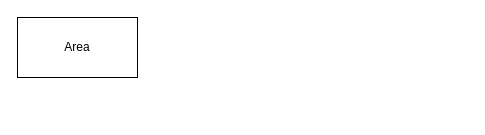
Earlier version of the draw.io diagram AgroCiclo.drawio (dev-pablo-pereira/agro-ciclo). Source tidied: cells renumbered, new cells numbered last; positions are measured from the earlier drawing's top-left corner, leaving out a move shared by most shapes. Both pictures are drawn from the tidied source at 100%, with x=0, y=0 at pixel (17, 17).
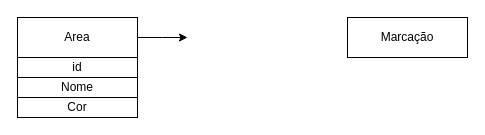
The same diagram, later.

Change to the diagram source:
```diff
@@
 <mxGraphModel>
   <root>
     <mxCell id="0" />
     <mxCell id="1" parent="0" />
+    <mxCell id="3" style="edgeStyle=orthogonalEdgeStyle;rounded=0;jettySize=auto;html=1;entryX=0;entryY=0.5;entryDx=0;entryDy=0;" parent="1" edge="1" source="2">
+      <mxGeometry relative="1" as="geometry">
+        <mxPoint x="170" y="20" as="targetPoint" />
+      </mxGeometry>
+    </mxCell>
-    <mxCell id="2" value="Area" style="rounded=0;whiteSpace=wrap;html=1;" parent="1" vertex="1">
-      <mxGeometry width="120" height="60" as="geometry" />
+    <mxCell id="2" value="Area" style="rounded=0;whiteSpace=wrap;html=1;fillColor=default;strokeColor=default;" parent="1" vertex="1">
+      <mxGeometry width="120" height="40" as="geometry" />
     </mxCell>
+    <mxCell id="4" value="Nome" style="rounded=0;whiteSpace=wrap;html=1;" parent="1" vertex="1">
+      <mxGeometry y="60" width="120" height="20" as="geometry" />
+    </mxCell>
+    <mxCell id="5" value="Cor" style="rounded=0;whiteSpace=wrap;html=1;" parent="1" vertex="1">
+      <mxGeometry y="80" width="120" height="20" as="geometry" />
+    </mxCell>
+    <mxCell id="6" value="Marcação" style="rounded=0;whiteSpace=wrap;html=1;" parent="1" vertex="1">
+      <mxGeometry x="330" width="120" height="40" as="geometry" />
+    </mxCell>
+    <mxCell id="7" value="id" style="rounded=0;whiteSpace=wrap;html=1;" parent="1" vertex="1">
+      <mxGeometry y="40" width="120" height="20" as="geometry" />
+    </mxCell>
   </root>
 </mxGraphModel>
```
